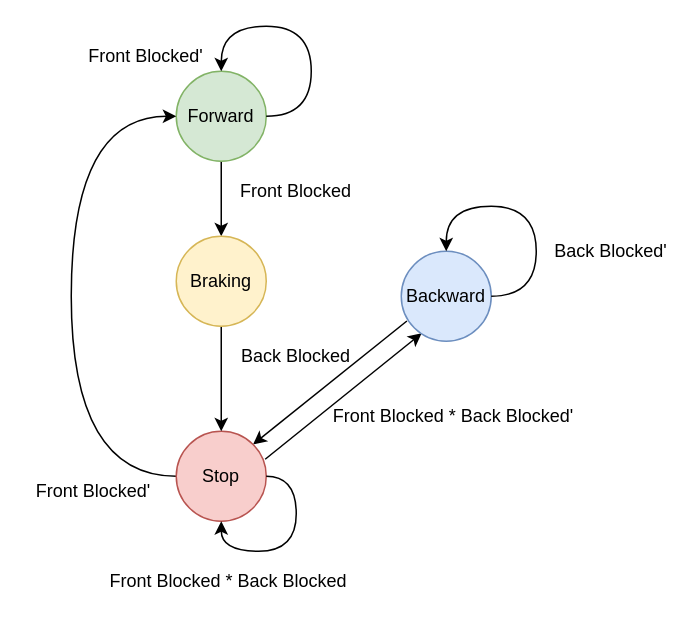
Earlier version of the draw.io diagram docs/presentation/drawio/finite-state-machine.drawio (Stykk-Gruppen/rts-project). Source tidied: cells renumbered, new cells numbered last; positions are measured from the earlier drawing's top-left corner, leaving out a move shared by most shapes. Both pictures are drawn from the tidied source at 150%, with x=0, y=0 at pixel (26, 26).
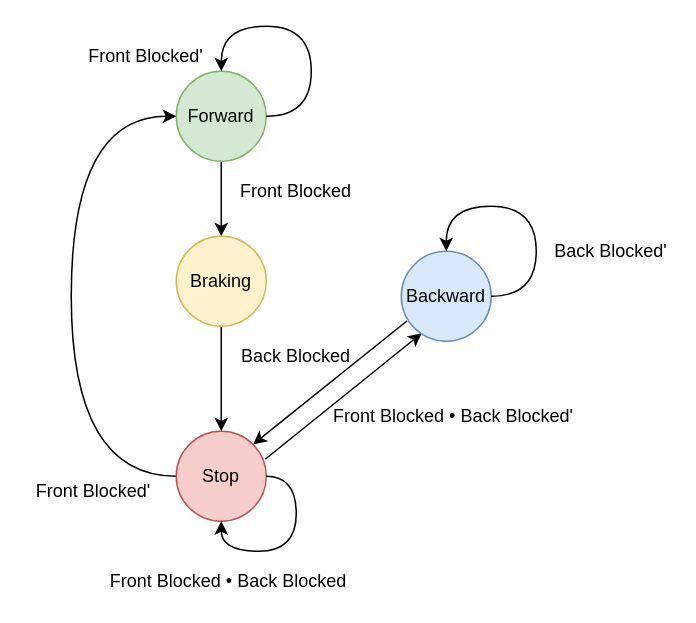
The same diagram, later.

Commit message (it also covers changes not shown here):
Added 1000% export of FSM figure, and updated the pdf with the ESC figure.

The edit, as a diff of the source:
```diff
@@
-    <mxCell id="17" value="Front Blocked * Back Blocked" style="text;html=1;strokeColor=none;fillColor=none;align=center;verticalAlign=middle;whiteSpace=wrap;rounded=0;" parent="1" vertex="1">
+    <mxCell id="17" value="Front Blocked • Back Blocked" style="text;html=1;strokeColor=none;fillColor=none;align=center;verticalAlign=middle;whiteSpace=wrap;rounded=0;" parent="1" vertex="1">
       <mxGeometry x="50" y="360" width="170" height="20" as="geometry" />
     </mxCell>
@@
-    <mxCell id="19" value="Front Blocked * Back Blocked'" style="text;html=1;strokeColor=none;fillColor=none;align=center;verticalAlign=middle;whiteSpace=wrap;rounded=0;" parent="1" vertex="1">
+    <mxCell id="19" value="Front Blocked • Back Blocked'" style="text;html=1;strokeColor=none;fillColor=none;align=center;verticalAlign=middle;whiteSpace=wrap;rounded=0;" parent="1" vertex="1">
       <mxGeometry x="200" y="250" width="170" height="20" as="geometry" />
     </mxCell>
```
